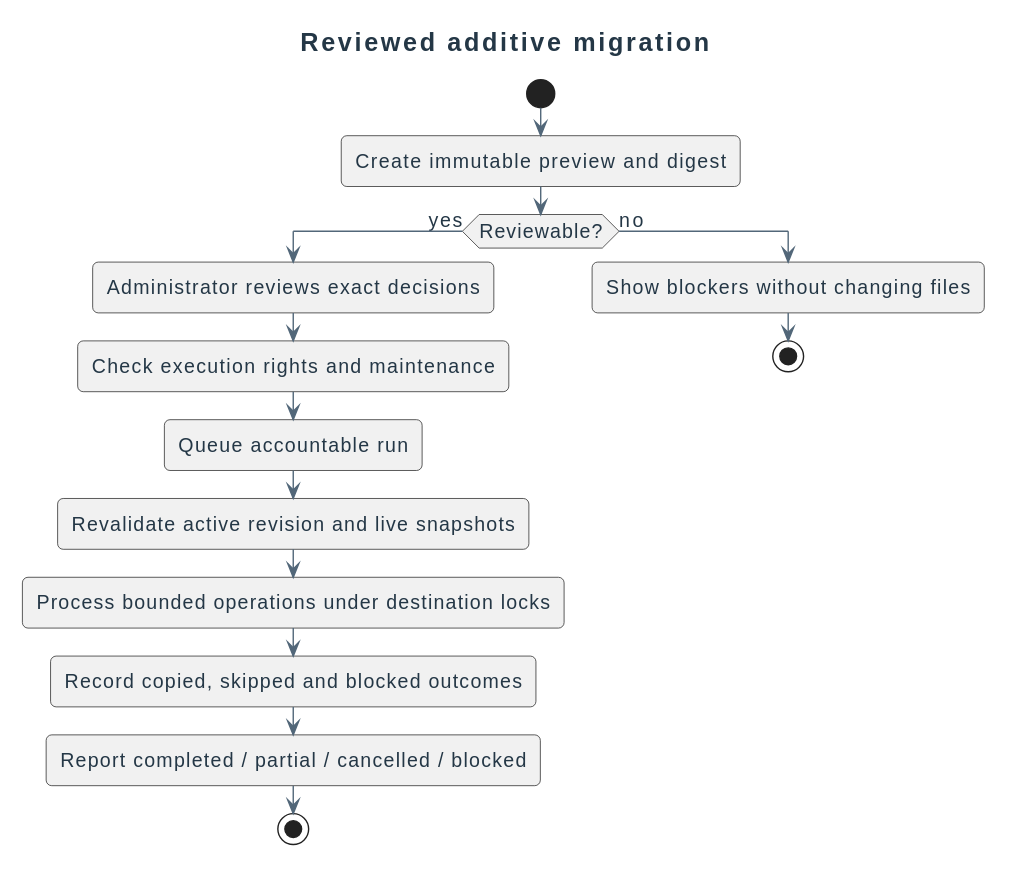
Above: docs/diagrams/behavior/processes/migration-process.svg in didactika/moodle-local_coursefiles (PlantUML), before the change.
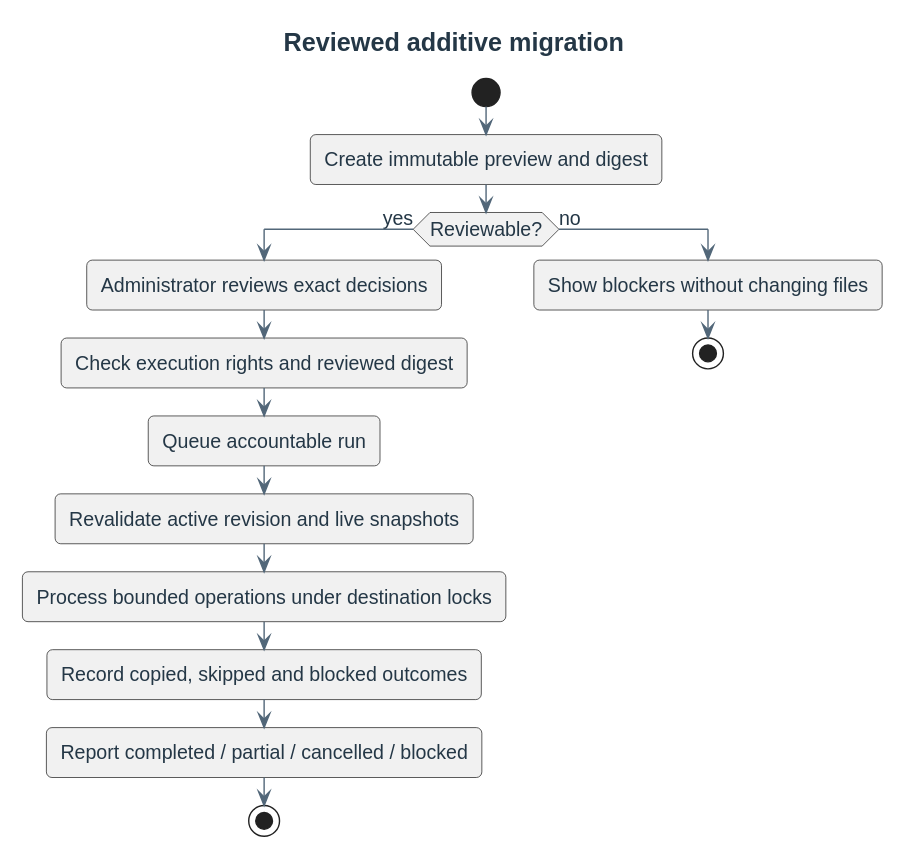
After the commit.

The edit, as a diff of the source:
```diff
@@ -5,7 +5,7 @@
 :Create immutable preview and digest;
 if (Reviewable?) then (yes)
   :Administrator reviews exact decisions;
-  :Check execution rights and maintenance;
+  :Check execution rights and reviewed digest;
   :Queue accountable run;
   :Revalidate active revision and live snapshots;
   :Process bounded operations under destination locks;
```
